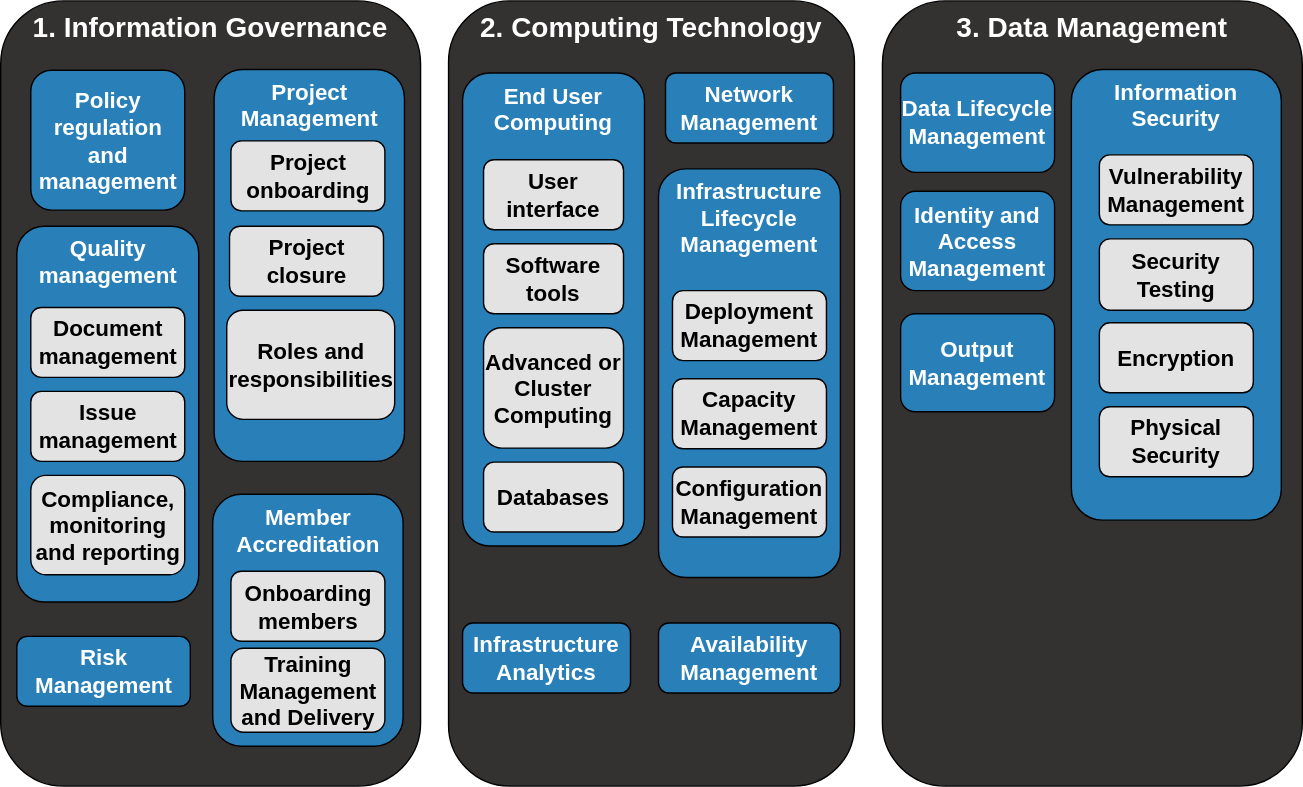
Earlier version of the draw.io export docs/images/Capability_Map/full.drawio.svg (sa-tre/satre-specification). Source tidied: cells renumbered, new cells last; positions are measured from the earlier drawing's top-left corner, leaving out a move shared by most shapes.
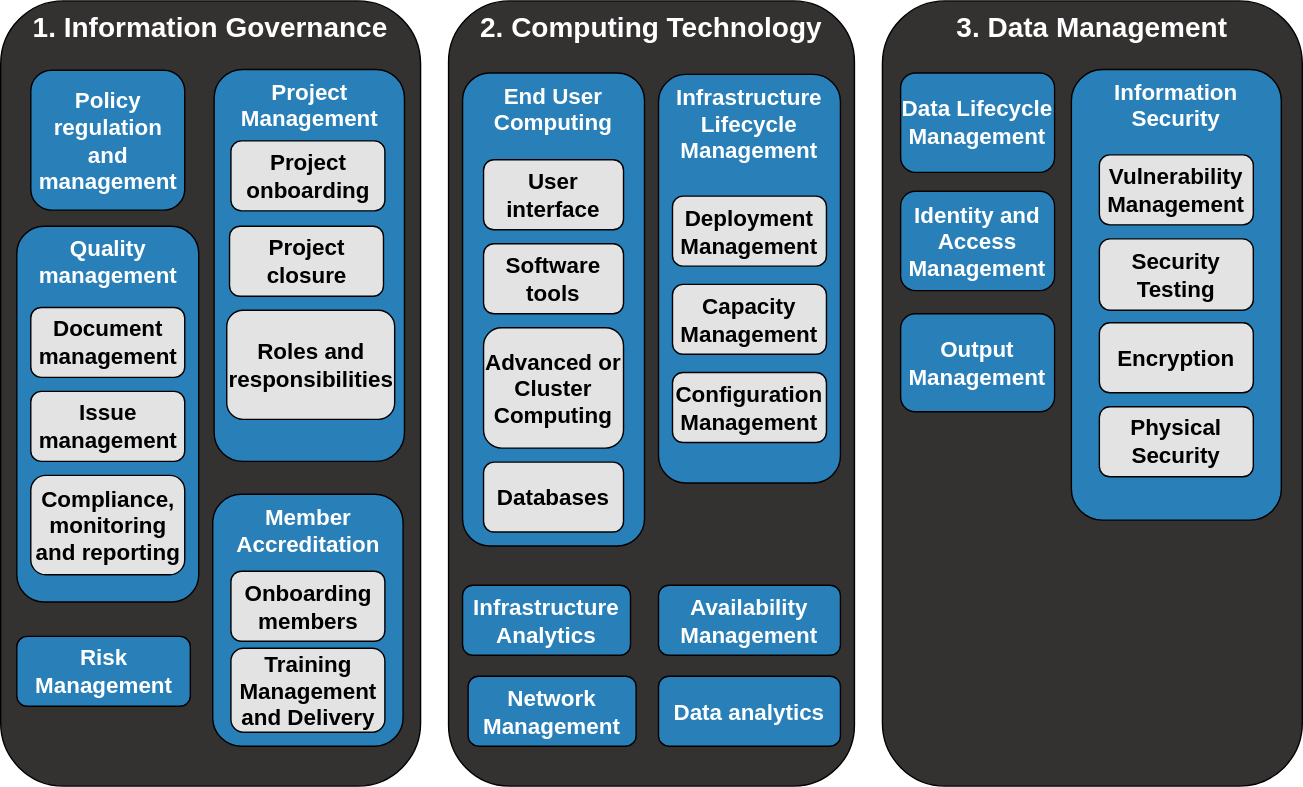
After the change.

Commit message:
add data analytics to cap map

Diff of the diagram source:
```diff
@@ -21,10 +21,10 @@
       <mxGeometry x="164.5" y="462.5" width="110" height="60" as="geometry" />
     </mxCell>
     <mxCell id="8" value="&lt;font style=&quot;font-size: 16px;&quot;&gt;Infrastructure Lifecycle Management&amp;nbsp;&lt;/font&gt;" style="rounded=1;whiteSpace=wrap;html=1;fillColor=#2980B9;strokeColor=#000000;verticalAlign=top;fontSize=16;fontStyle=1;fontColor=#FFFFFF;" parent="1" vertex="1">
-      <mxGeometry x="470" y="120" width="130" height="292" as="geometry" />
+      <mxGeometry x="470" y="52.5" width="130" height="292" as="geometry" />
     </mxCell>
     <mxCell id="9" value="&lt;font style=&quot;font-size: 16px;&quot;&gt;Network Management&lt;/font&gt;" style="rounded=1;whiteSpace=wrap;html=1;fillColor=#2980B9;strokeColor=#000000;fontSize=16;fontStyle=1;fontColor=#FFFFFF;" parent="1" vertex="1">
-      <mxGeometry x="475" y="51.5" width="120" height="50" as="geometry" />
+      <mxGeometry x="334" y="482.5" width="120" height="50" as="geometry" />
     </mxCell>
     <mxCell id="10" value="&lt;font style=&quot;font-size: 16px;&quot;&gt;End User Computing&lt;/font&gt;" style="rounded=1;whiteSpace=wrap;html=1;fillColor=#2980B9;strokeColor=#000000;fontSize=16;fontStyle=1;verticalAlign=top;fontColor=#FFFFFF;" parent="1" vertex="1">
       <mxGeometry x="330" y="51.5" width="130" height="338" as="geometry" />
@@ -33,13 +33,13 @@
       <mxGeometry x="345" y="233.5" width="100" height="86" as="geometry" />
     </mxCell>
     <mxCell id="12" value="&lt;font style=&quot;font-size: 16px;&quot;&gt;Capacity Management&lt;/font&gt;" style="rounded=1;whiteSpace=wrap;html=1;fillColor=#E3E3E3;strokeColor=#000000;fontSize=16;fontStyle=1;fontColor=#000000;labelBorderColor=none;" parent="1" vertex="1">
-      <mxGeometry x="480" y="270" width="110" height="50" as="geometry" />
+      <mxGeometry x="480" y="202.5" width="110" height="50" as="geometry" />
     </mxCell>
     <mxCell id="13" value="&lt;font style=&quot;font-size: 16px;&quot;&gt;Deployment Management&lt;/font&gt;" style="rounded=1;whiteSpace=wrap;html=1;fillColor=#E3E3E3;strokeColor=#000000;fontSize=16;fontStyle=1;fontColor=#000000;labelBorderColor=none;" parent="1" vertex="1">
-      <mxGeometry x="480" y="207" width="110" height="50" as="geometry" />
+      <mxGeometry x="480" y="139.5" width="110" height="50" as="geometry" />
     </mxCell>
     <mxCell id="14" value="&lt;font style=&quot;font-size: 16px;&quot;&gt;Configuration Management&lt;/font&gt;" style="rounded=1;whiteSpace=wrap;html=1;fillColor=#E3E3E3;strokeColor=#000000;fontSize=16;fontStyle=1;fontColor=#000000;labelBorderColor=none;" parent="1" vertex="1">
-      <mxGeometry x="480" y="333" width="110" height="50" as="geometry" />
+      <mxGeometry x="480" y="265.5" width="110" height="50" as="geometry" />
     </mxCell>
     <mxCell id="15" value="&lt;font style=&quot;font-size: 16px;&quot;&gt;Output Management&lt;/font&gt;" style="rounded=1;whiteSpace=wrap;html=1;fillColor=#2980B9;strokeColor=#000000;fontSize=16;fontStyle=1;fontColor=#FFFFFF;" parent="1" vertex="1">
       <mxGeometry x="643" y="223.5" width="110" height="70" as="geometry" />
@@ -105,10 +105,13 @@
       <mxGeometry x="345" y="329.5" width="100" height="50" as="geometry" />
     </mxCell>
     <mxCell id="36" value="&lt;font style=&quot;font-size: 16px;&quot;&gt;Infrastructure Analytics&lt;/font&gt;" style="rounded=1;whiteSpace=wrap;html=1;fillColor=#2980B9;strokeColor=#000000;fontSize=16;fontStyle=1;fontColor=#FFFFFF;" parent="1" vertex="1">
-      <mxGeometry x="330" y="444.5" width="120" height="50" as="geometry" />
+      <mxGeometry x="330" y="417.5" width="120" height="50" as="geometry" />
     </mxCell>
     <mxCell id="37" value="&lt;font style=&quot;font-size: 16px;&quot;&gt;Availability Management&lt;/font&gt;" style="rounded=1;whiteSpace=wrap;html=1;fillColor=#2980B9;strokeColor=#000000;fontSize=16;fontStyle=1;fontColor=#FFFFFF;" parent="1" vertex="1">
-      <mxGeometry x="470" y="444.5" width="130" height="50" as="geometry" />
+      <mxGeometry x="470" y="417.5" width="130" height="50" as="geometry" />
     </mxCell>
+    <mxCell id="38" value="&lt;font style=&quot;font-size: 16px;&quot;&gt;Data analytics&lt;/font&gt;" style="rounded=1;whiteSpace=wrap;html=1;fillColor=#2980B9;strokeColor=#000000;fontSize=16;fontStyle=1;fontColor=#FFFFFF;" parent="1" vertex="1">
+      <mxGeometry x="470" y="482.5" width="130" height="50" as="geometry" />
+    </mxCell>
   </root>
 </mxGraphModel>
```
